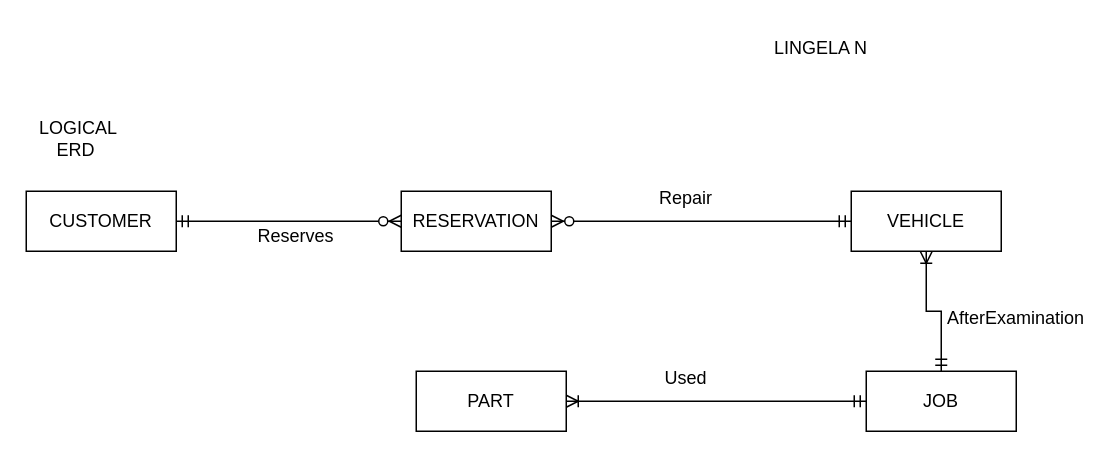
The draw.io diagram Exercise13.drawio in Que-1/Portfolio, before the edit. Source tidied: cells renumbered, new cells numbered last; positions are measured from the earlier drawing's top-left corner, leaving out a move shared by most shapes. Both pictures are drawn from the tidied source at 150%, with x=0, y=0 at pixel (26, 26).
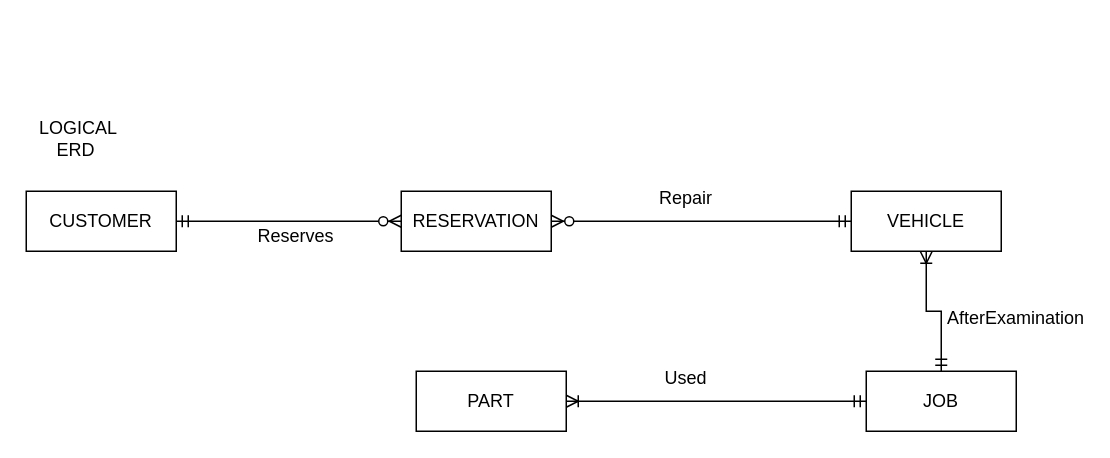
Above is the later version.

Diff of the diagram source:
```diff
@@
 <mxGraphModel>
   <root>
     <mxCell id="0" />
     <mxCell id="1" parent="0" />
     <mxCell id="2" value="CUSTOMER" style="whiteSpace=wrap;html=1;align=center;" parent="1" vertex="1">
       <mxGeometry y="110" width="100" height="40" as="geometry" />
     </mxCell>
     <mxCell id="3" value="RESERVATION" style="whiteSpace=wrap;html=1;align=center;" parent="1" vertex="1">
       <mxGeometry x="250" y="110" width="100" height="40" as="geometry" />
     </mxCell>
     <mxCell id="4" value="VEHICLE" style="whiteSpace=wrap;html=1;align=center;" parent="1" vertex="1">
       <mxGeometry x="550" y="110" width="100" height="40" as="geometry" />
     </mxCell>
     <mxCell id="5" value="JOB" style="whiteSpace=wrap;html=1;align=center;" parent="1" vertex="1">
       <mxGeometry x="560" y="230" width="100" height="40" as="geometry" />
     </mxCell>
     <mxCell id="6" value="PART" style="whiteSpace=wrap;html=1;align=center;" parent="1" vertex="1">
       <mxGeometry x="260" y="230" width="100" height="40" as="geometry" />
     </mxCell>
     <mxCell id="7" style="edgeStyle=entityRelationEdgeStyle;fontSize=12;html=1;endArrow=ERzeroToMany;startArrow=ERmandOne;rounded=0;exitX=1;exitY=0.5;exitDx=0;exitDy=0;entryX=0;entryY=0.5;entryDx=0;entryDy=0;" parent="1" edge="1" source="2" target="3">
       <mxGeometry relative="1" as="geometry" />
     </mxCell>
     <mxCell id="8" style="edgeStyle=entityRelationEdgeStyle;fontSize=12;html=1;endArrow=ERzeroToMany;startArrow=ERmandOne;rounded=0;exitX=0;exitY=0.5;exitDx=0;exitDy=0;" parent="1" edge="1" source="4" target="3">
       <mxGeometry relative="1" as="geometry">
         <Array as="points">
           <mxPoint x="440" y="310" />
           <mxPoint x="420" y="260" />
           <mxPoint x="440" y="280" />
         </Array>
       </mxGeometry>
     </mxCell>
     <mxCell id="9" style="edgeStyle=orthogonalEdgeStyle;fontSize=12;html=1;endArrow=ERoneToMany;startArrow=ERmandOne;rounded=0;entryX=0.5;entryY=1;entryDx=0;entryDy=0;exitX=0.5;exitY=0;exitDx=0;exitDy=0;" parent="1" edge="1" source="5" target="4">
       <mxGeometry relative="1" as="geometry" />
     </mxCell>
     <mxCell id="10" style="edgeStyle=entityRelationEdgeStyle;fontSize=12;html=1;endArrow=ERoneToMany;startArrow=ERmandOne;rounded=0;exitX=0;exitY=0.5;exitDx=0;exitDy=0;entryX=1;entryY=0.5;entryDx=0;entryDy=0;" parent="1" edge="1" source="5" target="6">
       <mxGeometry relative="1" as="geometry" />
     </mxCell>
     <mxCell id="11" value="Reserves" style="text;html=1;align=center;verticalAlign=middle;whiteSpace=wrap;rounded=0;" parent="1" vertex="1">
       <mxGeometry x="150" y="130" width="60" height="20" as="geometry" />
     </mxCell>
     <mxCell id="12" value="Repair" style="text;html=1;align=center;verticalAlign=middle;whiteSpace=wrap;rounded=0;" parent="1" vertex="1">
       <mxGeometry x="410" y="100" width="60" height="30" as="geometry" />
     </mxCell>
     <mxCell id="13" value="Used" style="text;html=1;align=center;verticalAlign=middle;whiteSpace=wrap;rounded=0;" parent="1" vertex="1">
       <mxGeometry x="410" y="220" width="60" height="30" as="geometry" />
     </mxCell>
     <mxCell id="14" value="AfterExamination" style="text;html=1;align=center;verticalAlign=middle;whiteSpace=wrap;rounded=0;" parent="1" vertex="1">
       <mxGeometry x="630" y="180" width="60" height="30" as="geometry" />
     </mxCell>
     <mxCell id="15" value="LOGICAL ERD&amp;nbsp;" style="text;html=1;align=center;verticalAlign=middle;whiteSpace=wrap;rounded=0;" parent="1" vertex="1">
       <mxGeometry y="60" width="70" height="30" as="geometry" />
     </mxCell>
-    <mxCell id="16" value="LINGELA N" style="text;html=1;align=center;verticalAlign=middle;whiteSpace=wrap;rounded=0;" parent="1" vertex="1">
-      <mxGeometry x="490" width="80" height="30" as="geometry" />
-    </mxCell>
   </root>
 </mxGraphModel>
```
